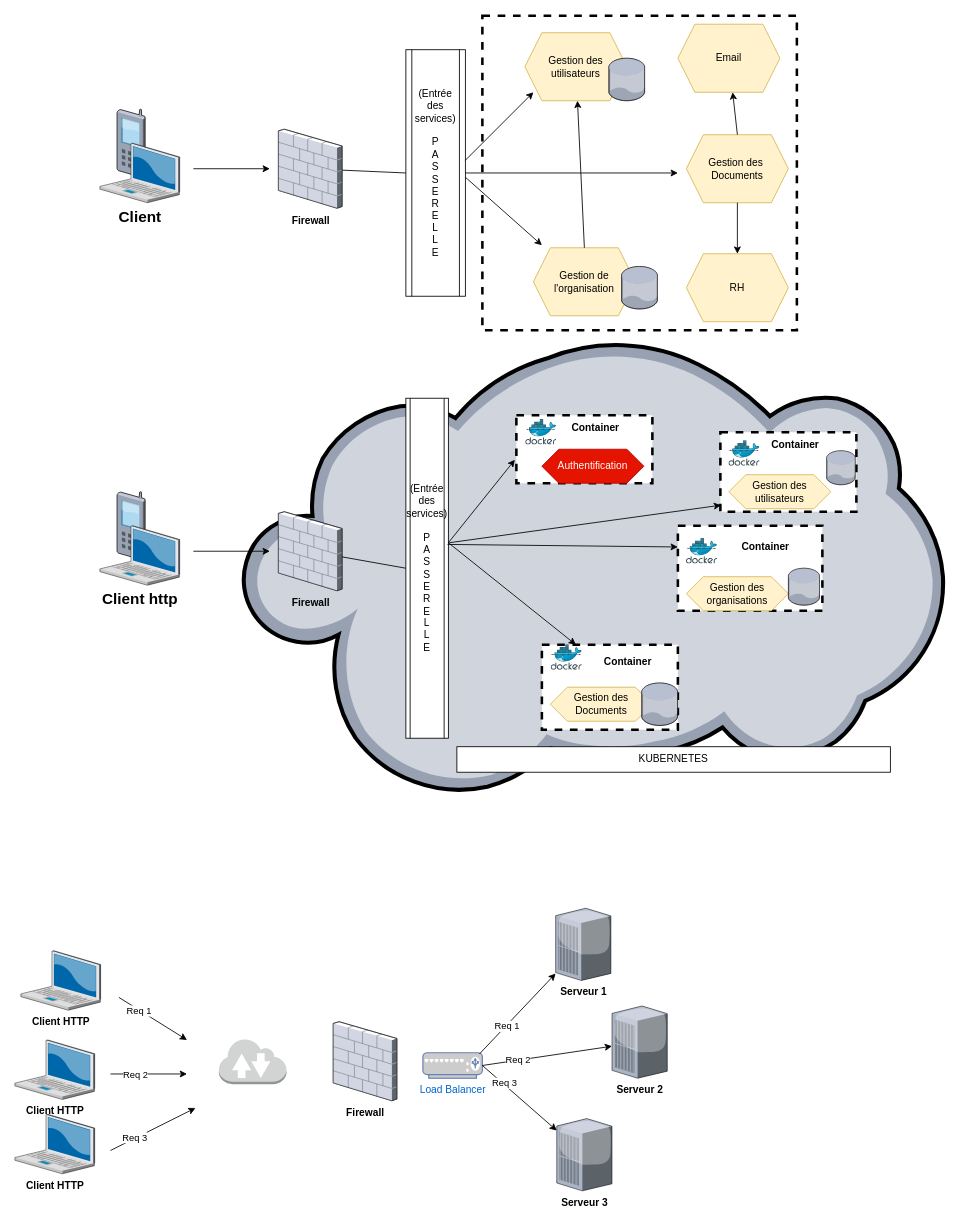
This is page "P1_FraWorkArchi_Astra" (3 of 8) of AstraComponentDiagr.drawio from Lamessolo/ProjetLeadTech, a draw.io file, before an edit. Source tidied: cells renumbered, new cells numbered last; positions are measured from the earlier drawing's top-left corner, leaving out a move shared by most shapes. Both pictures are drawn from the tidied source at 85%, with x=0, y=0 at pixel (14, 15).
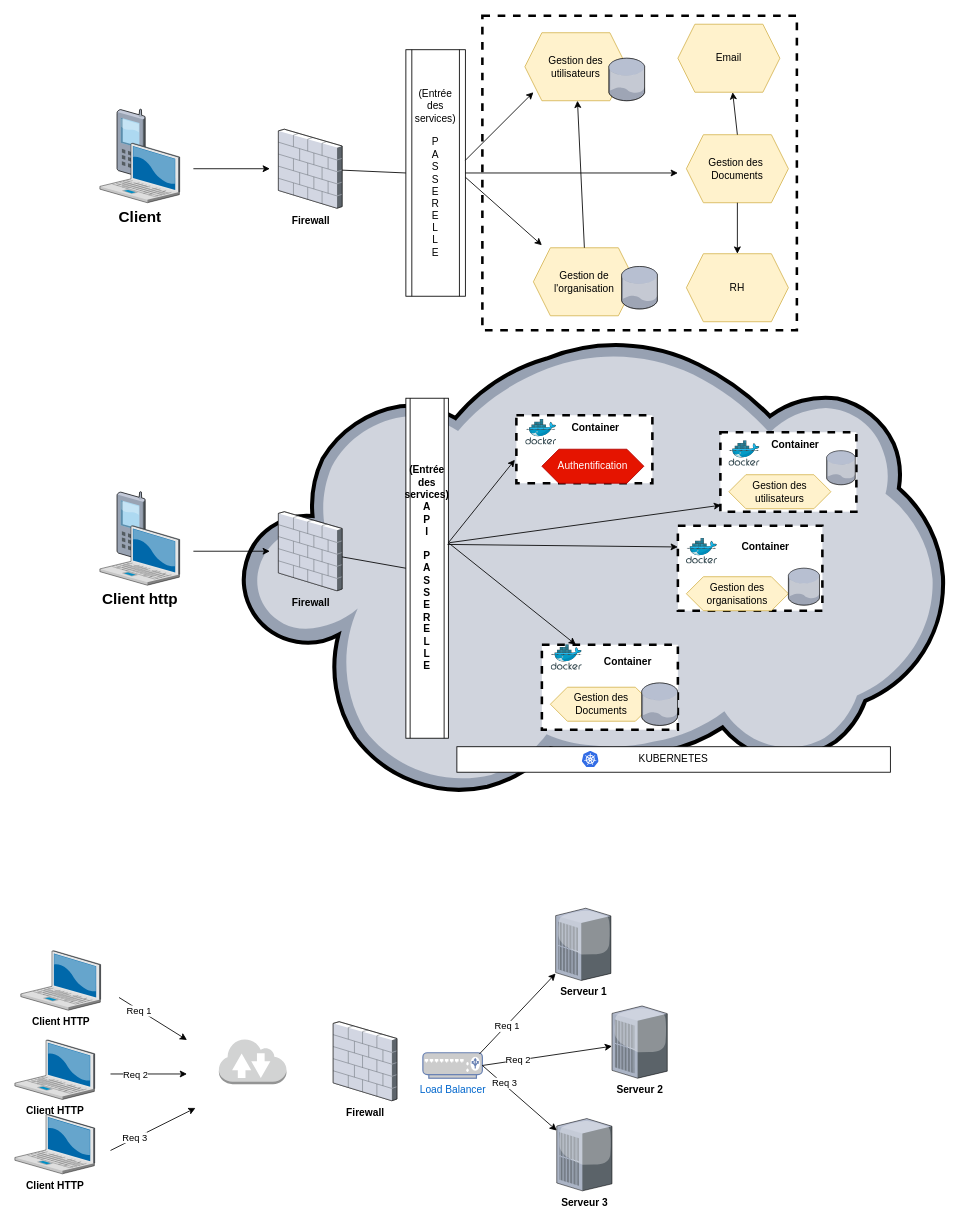
The same page after the edit.

Diff of the diagram source:
```diff
@@
-    <mxCell id="43" value="(Entrée des services)&lt;br&gt;&lt;br&gt;P&lt;br&gt;A&lt;br&gt;S&lt;br&gt;S&lt;br&gt;E&lt;br&gt;R&lt;br&gt;E&lt;br&gt;L&lt;br&gt;L&lt;br&gt;E" style="shape=process;whiteSpace=wrap;html=1;backgroundOutline=1;strokeWidth=1;" parent="1" vertex="1">
+    <mxCell id="43" value="&lt;b&gt;(Entrée des services)&lt;br&gt;A&lt;br&gt;P&lt;br&gt;I&lt;br&gt;&lt;br&gt;P&lt;br&gt;A&lt;br&gt;S&lt;br&gt;S&lt;br&gt;E&lt;br&gt;R&lt;br&gt;E&lt;br&gt;L&lt;br&gt;L&lt;br&gt;E&lt;/b&gt;" style="shape=process;whiteSpace=wrap;html=1;backgroundOutline=1;strokeWidth=1;" parent="1" vertex="1">
       <mxGeometry x="460" y="450" width="50" height="400" as="geometry" />
     </mxCell>
@@
+    <mxCell id="74" style="html=1;align=center;image;fontSize=12;image=img/lib/mscae/Kubernetes.svg;dashed=1;strokeWidth=2;" parent="1" vertex="1">
+      <mxGeometry x="667.5" y="865.5" width="19.8" height="19" as="geometry" />
+    </mxCell>
```
